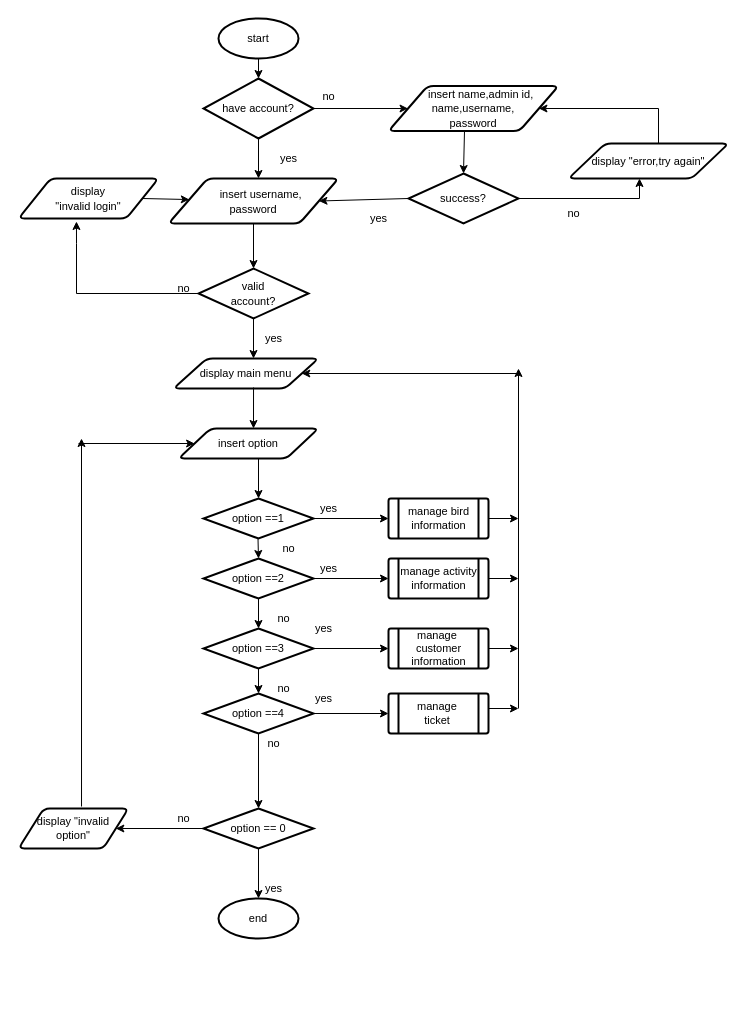
Above: page "Page-3" (3 of 7) of Exercise1ClassDiagram.drawio in abby18abby/week-2-class-diagram (draw.io), before the change. Source tidied: cells renumbered, new cells numbered last; positions are measured from the earlier drawing's top-left corner, leaving out a move shared by most shapes. Both pictures are drawn from the tidied source at 100%, with x=0, y=0 at pixel (18, 18).
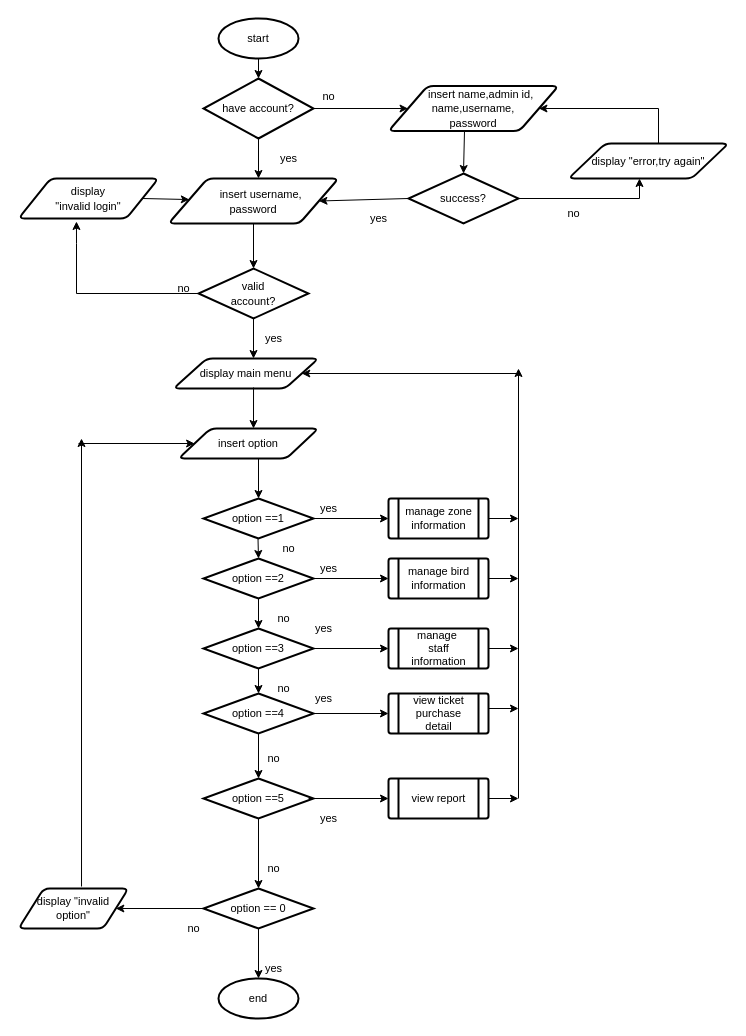
The same page after the edit.

Unchanged cells that the change refers to:
```xml
<mxCell id="14" value="&lt;font style=&quot;font-size: 11px&quot;&gt;option ==4&lt;br&gt;&lt;/font&gt;" style="strokeWidth=2;html=1;shape=mxgraph.flowchart.decision;whiteSpace=wrap;" parent="1" vertex="1">
  <mxGeometry x="185" y="675" width="110" height="40" as="geometry" />
</mxCell>
```

Change to the diagram source:
```diff
@@
     <mxCell id="15" value="&lt;font style=&quot;font-size: 11px&quot;&gt;option == 0&lt;br&gt;&lt;/font&gt;" style="strokeWidth=2;html=1;shape=mxgraph.flowchart.decision;whiteSpace=wrap;" parent="1" vertex="1">
-      <mxGeometry x="185" y="790" width="110" height="40" as="geometry" />
+      <mxGeometry x="185" y="870" width="110" height="40" as="geometry" />
     </mxCell>
     <mxCell id="16" value="&lt;font style=&quot;font-size: 11px&quot;&gt;end&lt;/font&gt;" style="strokeWidth=2;html=1;shape=mxgraph.flowchart.start_1;whiteSpace=wrap;" parent="1" vertex="1">
-      <mxGeometry x="200" y="880" width="80" height="40" as="geometry" />
+      <mxGeometry x="200" y="960" width="80" height="40" as="geometry" />
     </mxCell>
     <mxCell id="17" value="display &quot;invalid&lt;br&gt;option&quot;" style="shape=parallelogram;html=1;strokeWidth=2;perimeter=parallelogramPerimeter;whiteSpace=wrap;rounded=1;arcSize=12;size=0.23;fontSize=11;" parent="1" vertex="1">
-      <mxGeometry y="790" width="110" height="40" as="geometry" />
+      <mxGeometry y="870" width="110" height="40" as="geometry" />
     </mxCell>
@@
-    <mxCell id="19" value="manage bird&lt;br&gt;information" style="text;html=1;align=center;verticalAlign=middle;strokeColor=none;fillColor=none;fontSize=11;" parent="1" vertex="1">
+    <mxCell id="19" value="manage zone&lt;br&gt;information" style="text;html=1;align=center;verticalAlign=middle;strokeColor=none;fillColor=none;fontSize=11;" parent="1" vertex="1">
       <mxGeometry x="380" y="485" width="80" height="30" as="geometry" />
     </mxCell>
@@
-    <mxCell id="21" value="manage activity&lt;br&gt;information" style="text;html=1;align=center;verticalAlign=middle;strokeColor=none;fillColor=none;fontSize=11;" parent="1" vertex="1">
-      <mxGeometry x="375" y="545" width="90" height="30" as="geometry" />
+    <mxCell id="21" value="manage bird&lt;br&gt;information" style="text;html=1;align=center;verticalAlign=middle;strokeColor=none;fillColor=none;fontSize=11;" parent="1" vertex="1">
+      <mxGeometry x="380" y="545" width="80" height="30" as="geometry" />
     </mxCell>
@@
-    <mxCell id="23" value="manage&amp;nbsp;&lt;br&gt;customer&lt;br&gt;information" style="text;html=1;align=center;verticalAlign=middle;strokeColor=none;fillColor=none;fontSize=11;" parent="1" vertex="1">
+    <mxCell id="23" value="manage&amp;nbsp;&lt;br&gt;staff&lt;br&gt;information" style="text;html=1;align=center;verticalAlign=middle;strokeColor=none;fillColor=none;fontSize=11;" parent="1" vertex="1">
       <mxGeometry x="385" y="610" width="70" height="40" as="geometry" />
     </mxCell>
@@
-    <mxCell id="25" value="manage&amp;nbsp;&lt;br&gt;ticket&amp;nbsp;" style="text;html=1;align=center;verticalAlign=middle;strokeColor=none;fillColor=none;fontSize=11;" parent="1" vertex="1">
-      <mxGeometry x="390" y="680" width="60" height="30" as="geometry" />
+    <mxCell id="25" value="view ticket &lt;br&gt;purchase&lt;br&gt;detail" style="text;html=1;align=center;verticalAlign=middle;strokeColor=none;fillColor=none;fontSize=11;" parent="1" vertex="1">
+      <mxGeometry x="385" y="675" width="70" height="40" as="geometry" />
     </mxCell>
@@
-    <mxCell id="37" style="endArrow=classic;html=1;rounded=0;fontSize=11;jumpStyle=none;jumpSize=4;exitX=0.5;exitY=1;exitDx=0;exitDy=0;exitPerimeter=0;entryX=0.5;entryY=0;entryDx=0;entryDy=0;entryPerimeter=0;" parent="1" edge="1" source="14" target="15">
+    <mxCell id="37" style="endArrow=classic;html=1;rounded=0;fontSize=11;jumpStyle=none;jumpSize=4;entryX=0.5;entryY=0;entryDx=0;entryDy=0;entryPerimeter=0;exitX=0.5;exitY=1;exitDx=0;exitDy=0;exitPerimeter=0;" parent="1" edge="1" source="74" target="15">
       <mxGeometry relative="1" as="geometry" />
     </mxCell>
@@
     <mxCell id="47" style="endArrow=classic;html=1;rounded=0;fontSize=11;jumpStyle=none;jumpSize=4;" parent="1" edge="1">
       <mxGeometry relative="1" as="geometry">
-        <mxPoint x="500" y="690" as="sourcePoint" />
+        <mxPoint x="500" y="780" as="sourcePoint" />
         <mxPoint x="500" y="350" as="targetPoint" />
       </mxGeometry>
     </mxCell>
@@
     <mxCell id="71" value="no" style="text;html=1;align=center;verticalAlign=middle;strokeColor=none;fillColor=none;fontSize=11;" parent="1" vertex="1">
-      <mxGeometry x="240" y="715" width="30" height="20" as="geometry" />
+      <mxGeometry x="240" y="730" width="30" height="20" as="geometry" />
     </mxCell>
     <mxCell id="72" value="no" style="text;html=1;align=center;verticalAlign=middle;strokeColor=none;fillColor=none;fontSize=11;" parent="1" vertex="1">
-      <mxGeometry x="150" y="790" width="30" height="20" as="geometry" />
+      <mxGeometry x="240" y="840" width="30" height="20" as="geometry" />
     </mxCell>
     <mxCell id="73" value="yes" style="text;html=1;align=center;verticalAlign=middle;strokeColor=none;fillColor=none;fontSize=11;" parent="1" vertex="1">
-      <mxGeometry x="240" y="860" width="30" height="20" as="geometry" />
+      <mxGeometry x="240" y="940" width="30" height="20" as="geometry" />
     </mxCell>
+    <mxCell id="74" value="&lt;font style=&quot;font-size: 11px&quot;&gt;option ==5&lt;br&gt;&lt;/font&gt;" style="strokeWidth=2;html=1;shape=mxgraph.flowchart.decision;whiteSpace=wrap;" parent="1" vertex="1">
+      <mxGeometry x="185" y="760" width="110" height="40" as="geometry" />
+    </mxCell>
+    <mxCell id="75" style="endArrow=classic;html=1;rounded=0;fontSize=11;jumpStyle=none;jumpSize=4;exitX=0.5;exitY=1;exitDx=0;exitDy=0;exitPerimeter=0;entryX=0.5;entryY=0;entryDx=0;entryDy=0;entryPerimeter=0;" parent="1" edge="1" source="14" target="74">
+      <mxGeometry relative="1" as="geometry" />
+    </mxCell>
+    <mxCell id="76" value="no" style="text;html=1;align=center;verticalAlign=middle;strokeColor=none;fillColor=none;fontSize=11;" parent="1" vertex="1">
+      <mxGeometry x="160" y="900" width="30" height="20" as="geometry" />
+    </mxCell>
+    <mxCell id="77" style="verticalLabelPosition=bottom;verticalAlign=top;html=1;shape=process;whiteSpace=wrap;rounded=1;size=0.1;arcSize=6;sketch=0;fontSize=11;align=left;strokeWidth=2;" parent="1" vertex="1">
+      <mxGeometry x="370" y="760" width="100" height="40" as="geometry" />
+    </mxCell>
+    <mxCell id="78" value="view report" style="text;html=1;align=center;verticalAlign=middle;strokeColor=none;fillColor=none;fontSize=11;" parent="1" vertex="1">
+      <mxGeometry x="385" y="770" width="70" height="20" as="geometry" />
+    </mxCell>
+    <mxCell id="79" style="endArrow=classic;html=1;rounded=0;fontSize=11;jumpStyle=none;jumpSize=4;entryX=0;entryY=0.5;entryDx=0;entryDy=0;exitX=0.955;exitY=0.5;exitDx=0;exitDy=0;exitPerimeter=0;" parent="1" edge="1" source="74" target="77">
+      <mxGeometry relative="1" as="geometry" />
+    </mxCell>
+    <mxCell id="80" style="endArrow=classic;html=1;rounded=0;fontSize=11;jumpStyle=none;jumpSize=4;exitX=1;exitY=0.5;exitDx=0;exitDy=0;" parent="1" edge="1" source="77">
+      <mxGeometry relative="1" as="geometry">
+        <mxPoint x="500" y="780" as="targetPoint" />
+      </mxGeometry>
+    </mxCell>
+    <mxCell id="81" value="yes" style="text;html=1;align=center;verticalAlign=middle;strokeColor=none;fillColor=none;fontSize=11;" parent="1" vertex="1">
+      <mxGeometry x="295" y="790" width="30" height="20" as="geometry" />
+    </mxCell>
```
